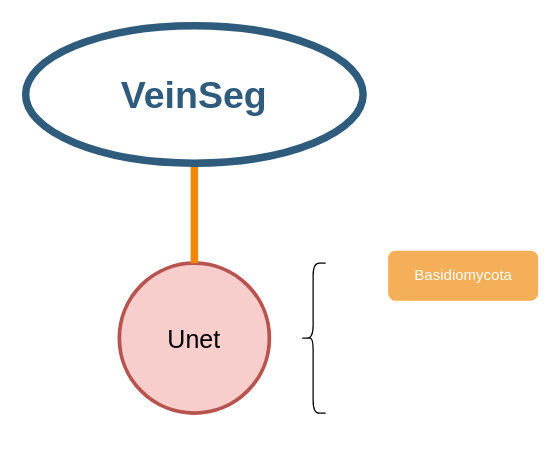
Before: Paper.drawio in Pengyang233/PlotInDrawio, a draw.io diagram. Source tidied: cells renumbered, new cells numbered last; positions are measured from the earlier drawing's top-left corner, leaving out a move shared by most shapes. Both pictures are drawn from the tidied source at 125%, with x=0, y=0 at pixel (25, 25).
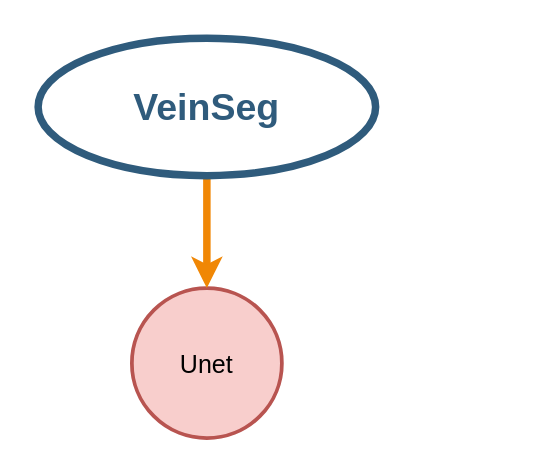
Above is the later version.

Change to the diagram source:
```diff
@@
 <mxGraphModel background="#ffffff">
   <root>
     <mxCell id="0" />
     <mxCell id="1" parent="0" />
     <mxCell id="2" value="Unet" style="ellipse;whiteSpace=wrap;html=1;shadow=0;fontFamily=Helvetica;fontSize=20;align=center;strokeWidth=3;direction=south;fillColor=#f8cecc;strokeColor=#b85450;flipV=1;" parent="1" vertex="1">
-      <mxGeometry x="75" y="190" width="120" height="120" as="geometry" />
+      <mxGeometry x="85" y="210" width="120" height="120" as="geometry" />
     </mxCell>
-    <mxCell id="3" style="edgeStyle=none;endArrow=none;strokeWidth=6;strokeColor=#F08705;html=1;" parent="1" edge="1" source="5" target="2">
+    <mxCell id="3" style="edgeStyle=none;endArrow=none;strokeWidth=6;strokeColor=#F08705;html=1;rounded=1;startArrow=classic;startFill=1;exitX=0;exitY=0.5;exitDx=0;exitDy=0;entryX=0.5;entryY=1;entryDx=0;entryDy=0;" parent="1" edge="1" source="2" target="5">
       <mxGeometry x="-589" y="256.5" as="geometry" />
     </mxCell>
-    <mxCell id="4" value="Basidiomycota" style="rounded=1;fillColor=#f5af58;strokeColor=none;strokeWidth=3;shadow=0;html=1;fontColor=#FFFFFF;" parent="1" vertex="1">
-      <mxGeometry x="290" y="180" width="120" height="40" as="geometry" />
-    </mxCell>
     <mxCell id="5" value="VeinSeg" style="ellipse;whiteSpace=wrap;html=1;shadow=0;fontFamily=Helvetica;fontSize=30;fontColor=#2F5B7C;align=center;strokeColor=#2F5B7C;strokeWidth=6;fillColor=#FFFFFF;fontStyle=1;gradientColor=none;" parent="1" vertex="1">
-      <mxGeometry width="270" height="110" as="geometry" />
+      <mxGeometry x="10" y="10" width="270" height="110" as="geometry" />
     </mxCell>
-    <mxCell id="6" style="shape=curlyBracket;whiteSpace=wrap;html=1;rounded=1;" parent="1" vertex="1">
-      <mxGeometry x="220" y="190" width="20" height="120" as="geometry" />
-    </mxCell>
   </root>
 </mxGraphModel>
```
